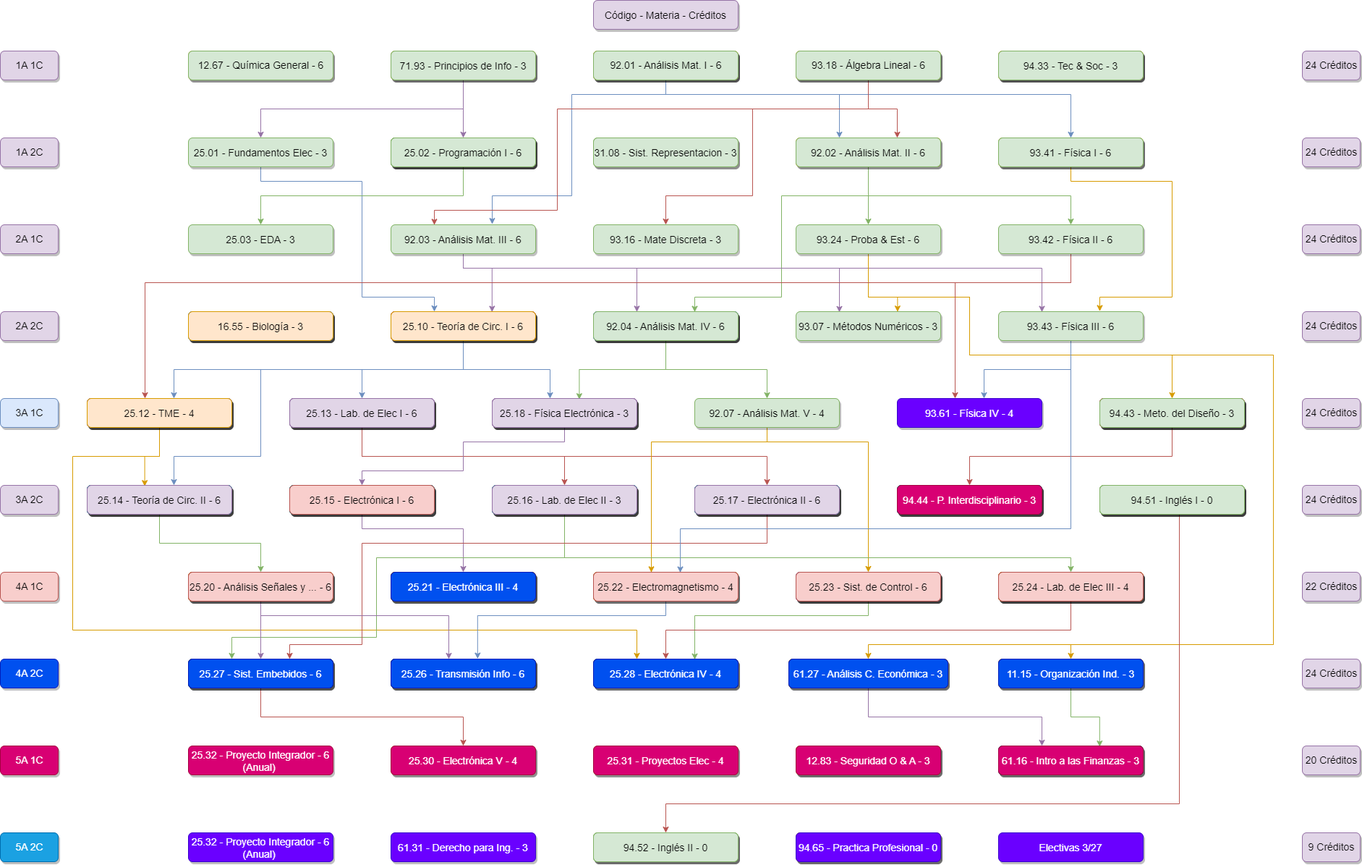
Before: K22.drawio.png, a diagram exported from draw.io (juanipla/K22). Source tidied: cells renumbered, new cells last; positions are measured from the earlier drawing's top-left corner, leaving out a move shared by most shapes.
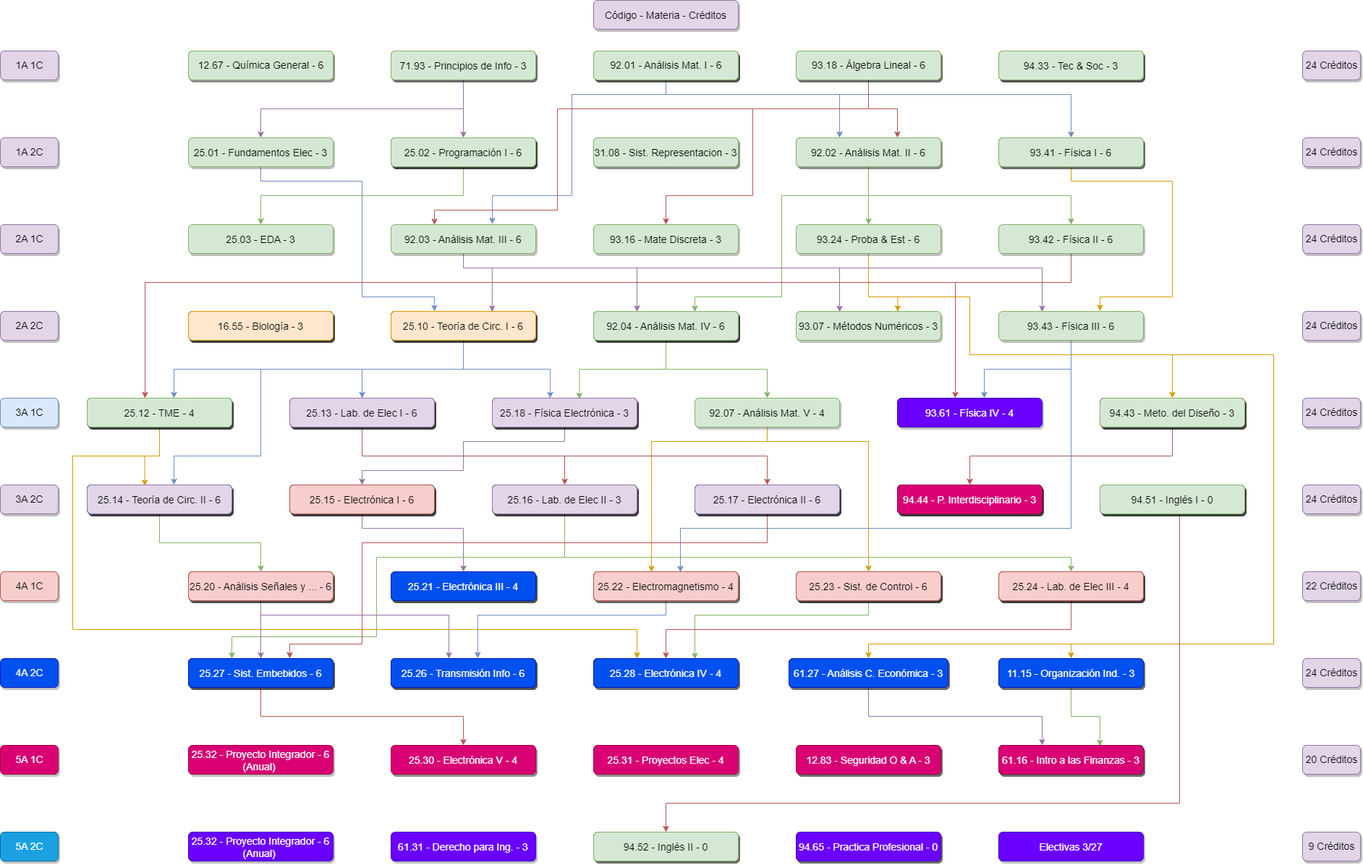
Later version of the same file.

Change to the diagram source:
```diff
@@ -868,7 +868,7 @@
     <mxCell id="199" value="25.13 - Lab. de Elec I - 6" style="rounded=1;fillColor=#e1d5e7;strokeColor=#9673a6;shadow=1;fontStyle=0;fontSize=14;labelBorderColor=none;labelBackgroundColor=none;" parent="1" vertex="1">
       <mxGeometry x="400" y="550" width="200" height="40" as="geometry" />
     </mxCell>
-    <mxCell id="200" value="25.12 - TME - 4" style="rounded=1;fillColor=#ffe6cc;strokeColor=#d79b00;shadow=1;fontStyle=0;fontSize=14;labelBorderColor=none;labelBackgroundColor=none;" parent="1" vertex="1">
+    <mxCell id="200" value="25.12 - TME - 4" style="rounded=1;fillColor=#d5e8d4;strokeColor=#82b366;shadow=1;fontStyle=0;fontSize=14;labelBorderColor=none;labelBackgroundColor=none;" parent="1" vertex="1">
       <mxGeometry x="120" y="550" width="200" height="40" as="geometry" />
     </mxCell>
     <mxCell id="201" value="25.14 - Teoría de Circ. II - 6" style="rounded=1;fillColor=#e1d5e7;strokeColor=#9673a6;shadow=1;fontStyle=0;fontSize=14;labelBorderColor=none;labelBackgroundColor=none;" parent="1" vertex="1">
```
